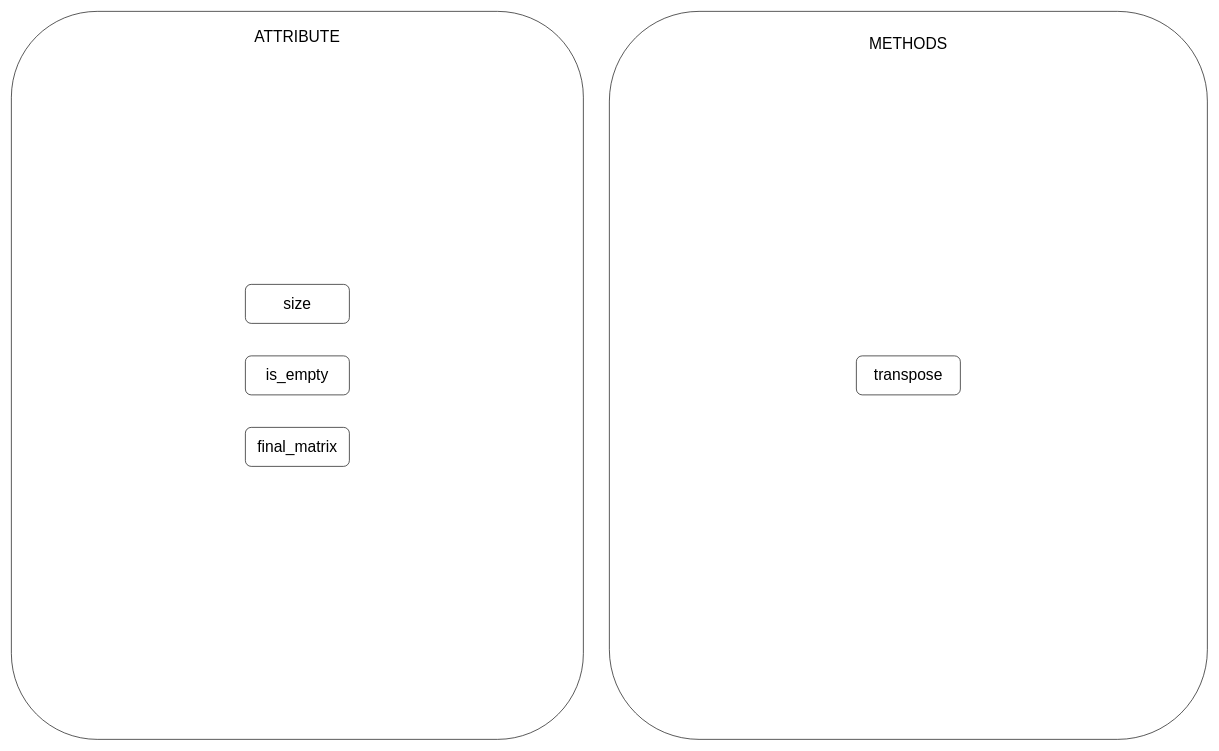
Earlier version of the draw.io diagram page "COMMON" (2 of 5) of la-lib.drawio (raghavendra-musubi/linear_algebra). Source tidied: cells renumbered, new cells numbered last; positions are measured from the earlier drawing's top-left corner, leaving out a move shared by most shapes. Both pictures are drawn from the tidied source at 65%, with x=0, y=0 at pixel (11, 11).
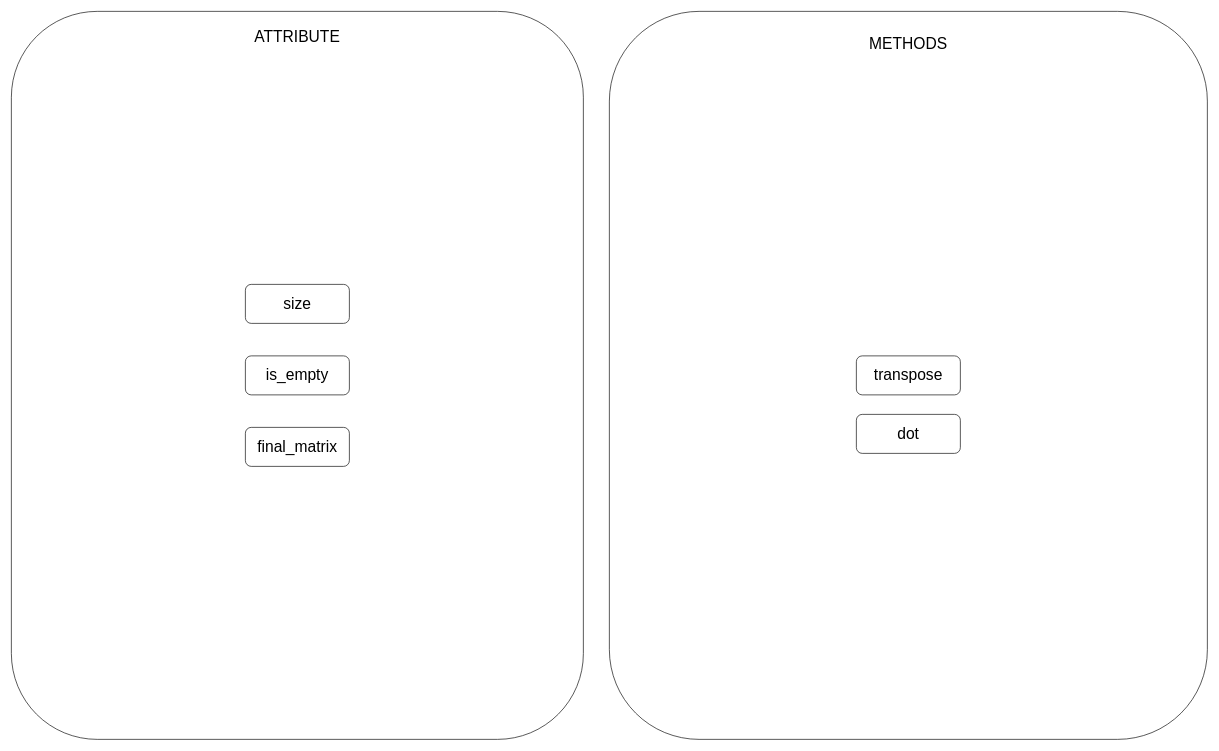
The same diagram, later.

What changed in the source:
```diff
@@
 <mxGraphModel>
   <root>
     <mxCell id="0" />
     <mxCell id="1" parent="0" />
     <mxCell id="2" style="rounded=1;whiteSpace=wrap;html=1;" parent="1" vertex="1">
       <mxGeometry x="920" width="920" height="1120" as="geometry" />
     </mxCell>
     <mxCell id="3" style="rounded=1;whiteSpace=wrap;html=1;" parent="1" vertex="1">
       <mxGeometry width="880" height="1120" as="geometry" />
     </mxCell>
     <mxCell id="4" value="&lt;font style=&quot;font-size: 24px&quot;&gt;size&lt;/font&gt;" style="rounded=1;whiteSpace=wrap;html=1;" parent="1" vertex="1">
       <mxGeometry x="360" y="420" width="160" height="60" as="geometry" />
     </mxCell>
     <mxCell id="5" value="&lt;font style=&quot;font-size: 24px&quot;&gt;transpose&lt;/font&gt;" style="rounded=1;whiteSpace=wrap;html=1;" parent="1" vertex="1">
       <mxGeometry x="1300" y="530" width="160" height="60" as="geometry" />
     </mxCell>
     <mxCell id="6" value="&lt;font style=&quot;font-size: 24px&quot;&gt;ATTRIBUTE&lt;/font&gt;" style="text;html=1;strokeColor=none;fillColor=none;align=center;verticalAlign=middle;whiteSpace=wrap;rounded=0;" parent="1" vertex="1">
       <mxGeometry x="420" y="30" width="40" height="20" as="geometry" />
     </mxCell>
     <mxCell id="7" value="&lt;font style=&quot;font-size: 24px&quot;&gt;METHODS&lt;/font&gt;" style="text;html=1;strokeColor=none;fillColor=none;align=center;verticalAlign=middle;whiteSpace=wrap;rounded=0;" parent="1" vertex="1">
       <mxGeometry x="1360" y="40" width="40" height="20" as="geometry" />
     </mxCell>
     <mxCell id="8" value="&lt;font style=&quot;font-size: 24px&quot;&gt;final_matrix&lt;/font&gt;" style="rounded=1;whiteSpace=wrap;html=1;" parent="1" vertex="1">
       <mxGeometry x="360" y="640" width="160" height="60" as="geometry" />
     </mxCell>
     <mxCell id="9" value="&lt;font style=&quot;font-size: 24px&quot;&gt;is_empty&lt;/font&gt;" style="rounded=1;whiteSpace=wrap;html=1;" parent="1" vertex="1">
       <mxGeometry x="360" y="530" width="160" height="60" as="geometry" />
     </mxCell>
+    <mxCell id="10" value="&lt;font style=&quot;font-size: 24px&quot;&gt;dot&lt;/font&gt;" style="rounded=1;whiteSpace=wrap;html=1;" parent="1" vertex="1">
+      <mxGeometry x="1300" y="620" width="160" height="60" as="geometry" />
+    </mxCell>
   </root>
 </mxGraphModel>
```
